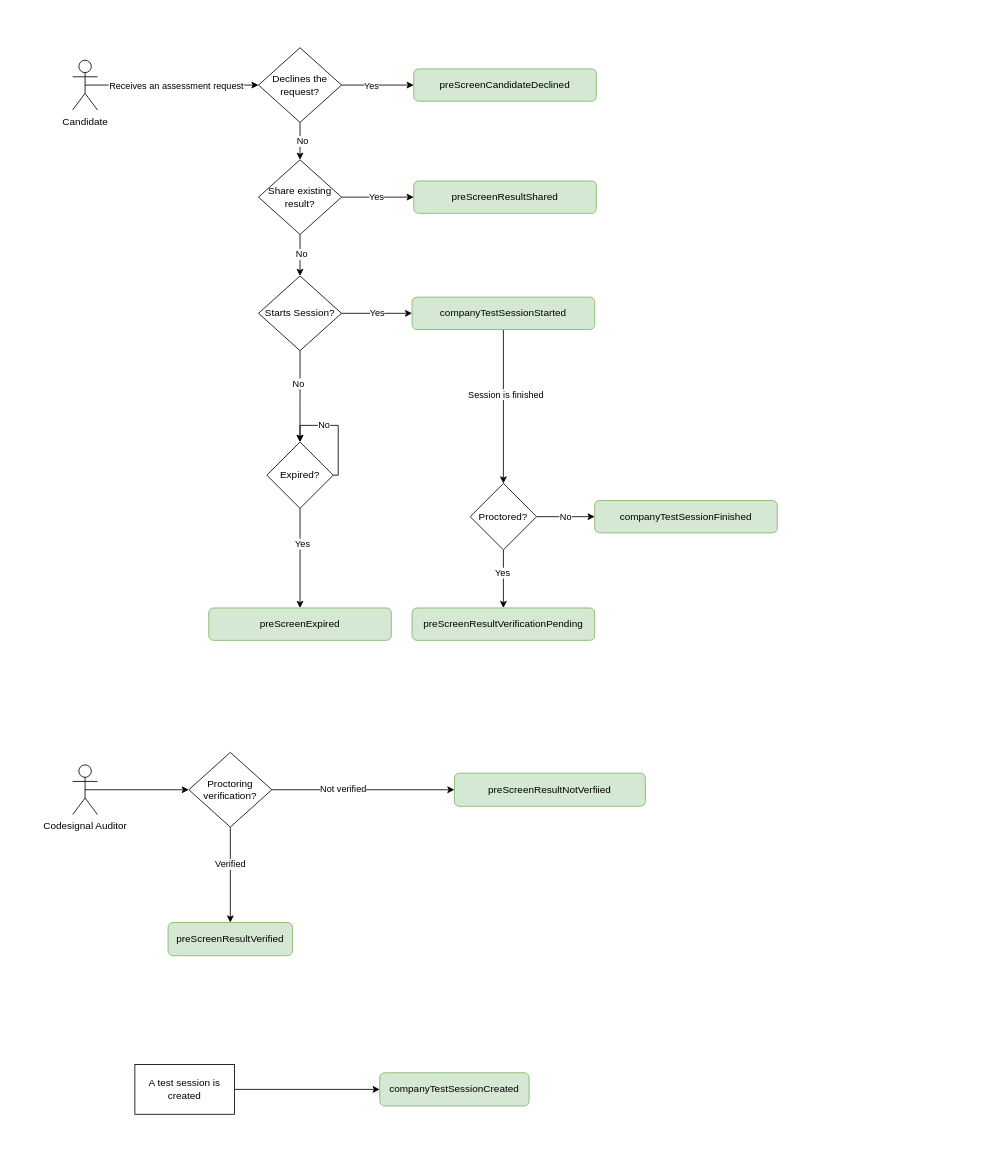
CodeSignal/developer-docs keeps this draw.io diagram as docs/diagrams/webhooks-flow.drawio. Above is the earlier version. Source tidied: cells renumbered, new cells numbered last; positions are measured from the earlier drawing's top-left corner, leaving out a move shared by most shapes. Both pictures are drawn from the tidied source at 83%, with x=0, y=0 at pixel (72, 47).
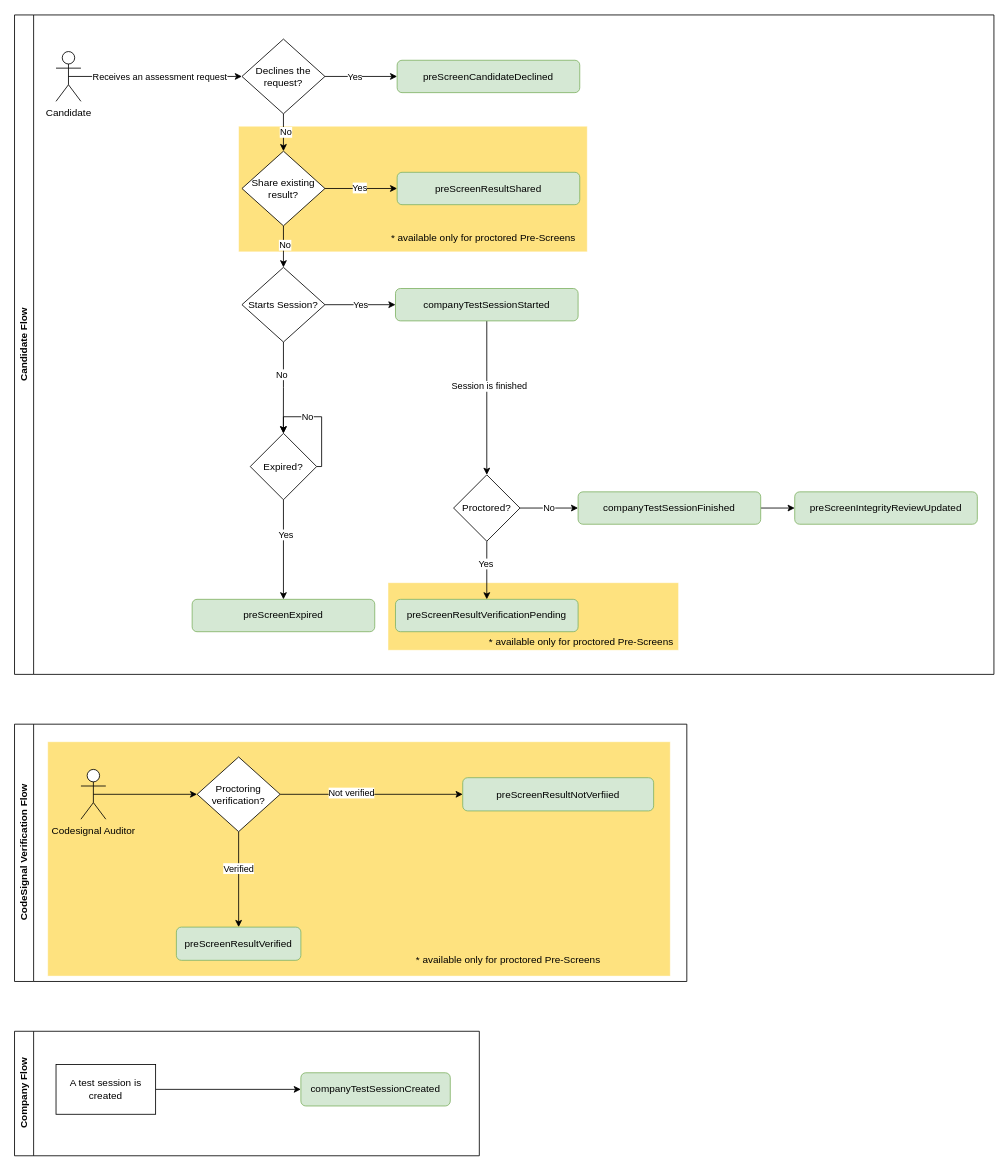
After the change.

Change to the diagram source:
```diff
@@
+    <mxCell id="47" value="CodeSignal Verification Flow" style="swimlane;horizontal=0;whiteSpace=wrap;html=1;" parent="1" vertex="1">
+      <mxGeometry x="-70" y="815" width="810" height="310" as="geometry" />
+    </mxCell>
+    <mxCell id="48" style="rounded=0;whiteSpace=wrap;html=1;fillColor=#fec600ff;strokeColor=#FFFFFF;opacity=50;" parent="47" vertex="1">
+      <mxGeometry x="40" y="21.2" width="750" height="282.3" as="geometry" />
+    </mxCell>
+    <mxCell id="25" style="edgeStyle=orthogonalEdgeStyle;rounded=0;jettySize=auto;html=1;exitX=0.5;exitY=0.5;exitDx=0;exitDy=0;exitPerimeter=0;" parent="47" edge="1" source="26" target="31">
+      <mxGeometry relative="1" as="geometry" />
+    </mxCell>
+    <mxCell id="26" value="Codesignal Auditor" style="shape=umlActor;verticalLabelPosition=bottom;verticalAlign=top;html=1;outlineConnect=0;" parent="47" vertex="1">
+      <mxGeometry x="80" y="54.5" width="30" height="60" as="geometry" />
+    </mxCell>
+    <mxCell id="27" style="edgeStyle=orthogonalEdgeStyle;rounded=0;jettySize=auto;html=1;exitX=0.5;exitY=1;exitDx=0;exitDy=0;entryX=0.5;entryY=0;entryDx=0;entryDy=0;" parent="47" edge="1" source="31" target="32">
+      <mxGeometry relative="1" as="geometry" />
+    </mxCell>
+    <mxCell id="28" value="Verified" style="edgeLabel;html=1;align=center;verticalAlign=middle;" parent="27" vertex="1">
+      <mxGeometry x="-0.23" y="-1" relative="1" as="geometry" />
+    </mxCell>
+    <mxCell id="29" style="edgeStyle=orthogonalEdgeStyle;rounded=0;jettySize=auto;html=1;exitX=1;exitY=0.5;exitDx=0;exitDy=0;entryX=0;entryY=0.5;entryDx=0;entryDy=0;" parent="47" edge="1" source="31" target="33">
+      <mxGeometry relative="1" as="geometry" />
+    </mxCell>
+    <mxCell id="30" value="Not verified" style="edgeLabel;html=1;align=center;verticalAlign=middle;" parent="29" vertex="1">
+      <mxGeometry x="-0.23" y="-1" relative="1" as="geometry">
+        <mxPoint y="-3" as="offset" />
+      </mxGeometry>
+    </mxCell>
+    <mxCell id="31" value="Proctoring verification?" style="rhombus;whiteSpace=wrap;html=1;" parent="47" vertex="1">
+      <mxGeometry x="220" y="39.5" width="100" height="90" as="geometry" />
+    </mxCell>
+    <mxCell id="32" value="preScreenResultVerified" style="rounded=1;whiteSpace=wrap;html=1;fillColor=#d5e8d4;strokeColor=#82b366;" parent="47" vertex="1">
+      <mxGeometry x="195" y="244.5" width="150" height="40" as="geometry" />
+    </mxCell>
+    <mxCell id="33" value="preScreenResultNotVerfiied" style="rounded=1;whiteSpace=wrap;html=1;fillColor=#d5e8d4;strokeColor=#82b366;" parent="47" vertex="1">
+      <mxGeometry x="540" y="64.5" width="230" height="40" as="geometry" />
+    </mxCell>
+    <mxCell id="49" value="&lt;span style=&quot;color: rgb(0, 0, 0); font-family: Helvetica; font-size: 12px; font-style: normal; font-variant-ligatures: normal; font-variant-caps: normal; font-weight: 400; letter-spacing: normal; orphans: 2; text-indent: 0px; text-transform: none; widows: 2; word-spacing: 0px; -webkit-text-stroke-width: 0px; white-space: nowrap; text-decoration-thickness: initial; text-decoration-style: initial; text-decoration-color: initial; float: none; display: inline !important;&quot;&gt;* available only for proctored Pre-Screens&lt;/span&gt;" style="text;whiteSpace=wrap;html=1;fillColor=none;align=center;labelBackgroundColor=none;" parent="47" vertex="1">
+      <mxGeometry x="465" y="270" width="260" height="40" as="geometry" />
+    </mxCell>
+    <mxCell id="50" value="Company Flow" style="swimlane;horizontal=0;whiteSpace=wrap;html=1;" parent="1" vertex="1">
+      <mxGeometry x="-70" y="1185" width="560" height="150" as="geometry" />
+    </mxCell>
+    <mxCell id="34" style="edgeStyle=orthogonalEdgeStyle;rounded=0;jettySize=auto;html=1;exitX=1;exitY=0.5;exitDx=0;exitDy=0;entryX=0;entryY=0.5;entryDx=0;entryDy=0;" parent="50" edge="1" source="36" target="35">
+      <mxGeometry relative="1" as="geometry" />
+    </mxCell>
+    <mxCell id="35" value="companyTestSessionCreated" style="rounded=1;whiteSpace=wrap;html=1;fillColor=#d5e8d4;strokeColor=#82b366;" parent="50" vertex="1">
+      <mxGeometry x="345" y="50" width="180" height="40" as="geometry" />
+    </mxCell>
+    <mxCell id="36" value="A test session is created" style="rounded=0;whiteSpace=wrap;html=1;" parent="50" vertex="1">
+      <mxGeometry x="50" y="40" width="120" height="60" as="geometry" />
+    </mxCell>
+    <mxCell id="51" value="Candidate Flow" style="swimlane;horizontal=0;whiteSpace=wrap;html=1;" parent="1" vertex="1">
+      <mxGeometry x="-70" y="-39.5" width="1180" height="794.5" as="geometry" />
+    </mxCell>
+    <mxCell id="4" value="Candidate" style="shape=umlActor;verticalLabelPosition=bottom;verticalAlign=top;html=1;outlineConnect=0;" parent="51" vertex="1">
+      <mxGeometry x="50" y="44.1" width="30" height="60" as="geometry" />
+    </mxCell>
-    <mxCell id="2" style="edgeStyle=orthogonalEdgeStyle;rounded=0;jettySize=auto;html=1;exitX=0.5;exitY=0.5;exitDx=0;exitDy=0;exitPerimeter=0;entryX=0;entryY=0.5;entryDx=0;entryDy=0;" parent="1" edge="1" source="4" target="9">
+    <mxCell id="2" style="edgeStyle=orthogonalEdgeStyle;rounded=0;jettySize=auto;html=1;exitX=0.5;exitY=0.5;exitDx=0;exitDy=0;exitPerimeter=0;entryX=0;entryY=0.5;entryDx=0;entryDy=0;" parent="51" edge="1" source="4" target="9">
       <mxGeometry relative="1" as="geometry" />
     </mxCell>
@@
-    <mxCell id="4" value="Candidate" style="shape=umlActor;verticalLabelPosition=bottom;verticalAlign=top;html=1;outlineConnect=0;" parent="1" vertex="1">
-      <mxGeometry y="15" width="30" height="60" as="geometry" />
-    </mxCell>
+    <mxCell id="52" style="rounded=0;whiteSpace=wrap;html=1;fillColor=#fec600ff;strokeColor=#FFFFFF;opacity=50;" parent="51" vertex="1">
+      <mxGeometry x="450" y="684.1" width="350" height="81.3" as="geometry" />
+    </mxCell>
+    <mxCell id="53" style="rounded=0;whiteSpace=wrap;html=1;fillColor=#fec600ff;strokeColor=#FFFFFF;opacity=50;" parent="51" vertex="1">
+      <mxGeometry x="270" y="134.1" width="420" height="151.3" as="geometry" />
+    </mxCell>
+    <mxCell id="54" value="&lt;span style=&quot;color: rgb(0, 0, 0); font-family: Helvetica; font-size: 12px; font-style: normal; font-variant-ligatures: normal; font-variant-caps: normal; font-weight: 400; letter-spacing: normal; orphans: 2; text-indent: 0px; text-transform: none; widows: 2; word-spacing: 0px; -webkit-text-stroke-width: 0px; white-space: nowrap; text-decoration-thickness: initial; text-decoration-style: initial; text-decoration-color: initial; float: none; display: inline !important;&quot;&gt;* available only for proctored Pre-Screens&lt;/span&gt;" style="text;whiteSpace=wrap;html=1;fillColor=none;align=center;labelBackgroundColor=none;" parent="51" vertex="1">
+      <mxGeometry x="435" y="254.1" width="260" height="40" as="geometry" />
+    </mxCell>
-    <mxCell id="5" style="edgeStyle=orthogonalEdgeStyle;rounded=0;jettySize=auto;html=1;exitX=1;exitY=0.5;exitDx=0;exitDy=0;entryX=0;entryY=0.5;entryDx=0;entryDy=0;" parent="1" edge="1" source="9" target="10">
+    <mxCell id="5" style="edgeStyle=orthogonalEdgeStyle;rounded=0;jettySize=auto;html=1;exitX=1;exitY=0.5;exitDx=0;exitDy=0;entryX=0;entryY=0.5;entryDx=0;entryDy=0;" parent="51" edge="1" source="9" target="10">
       <mxGeometry relative="1" as="geometry" />
     </mxCell>
@@
-    <mxCell id="7" style="edgeStyle=orthogonalEdgeStyle;rounded=0;jettySize=auto;html=1;" parent="1" edge="1" source="9" target="45">
-      <mxGeometry relative="1" as="geometry" />
-    </mxCell>
-    <mxCell id="8" value="No" style="edgeLabel;html=1;align=center;verticalAlign=middle;" parent="7" vertex="1">
-      <mxGeometry x="-0.04" y="2" relative="1" as="geometry" />
-    </mxCell>
-    <mxCell id="9" value="Declines the request?" style="rhombus;whiteSpace=wrap;html=1;" parent="1" vertex="1">
-      <mxGeometry x="224" width="100" height="90" as="geometry" />
+    <mxCell id="9" value="Declines the request?" style="rhombus;whiteSpace=wrap;html=1;" parent="51" vertex="1">
+      <mxGeometry x="274" y="29.1" width="100" height="90" as="geometry" />
     </mxCell>
-    <mxCell id="10" value="preScreenCandidateDeclined" style="rounded=1;whiteSpace=wrap;html=1;fillColor=#d5e8d4;strokeColor=#82b366;" parent="1" vertex="1">
-      <mxGeometry x="411" y="25.5" width="220" height="39" as="geometry" />
+    <mxCell id="10" value="preScreenCandidateDeclined" style="rounded=1;whiteSpace=wrap;html=1;fillColor=#d5e8d4;strokeColor=#82b366;" parent="51" vertex="1">
+      <mxGeometry x="461" y="54.6" width="220" height="39" as="geometry" />
     </mxCell>
-    <mxCell id="11" value="Yes" style="edgeStyle=orthogonalEdgeStyle;rounded=0;jettySize=auto;html=1;exitX=1;exitY=0.5;exitDx=0;exitDy=0;entryX=0;entryY=0.5;entryDx=0;entryDy=0;" parent="1" edge="1" source="14" target="17">
+    <mxCell id="11" value="Yes" style="edgeStyle=orthogonalEdgeStyle;rounded=0;jettySize=auto;html=1;exitX=1;exitY=0.5;exitDx=0;exitDy=0;entryX=0;entryY=0.5;entryDx=0;entryDy=0;" parent="51" edge="1" source="14" target="17">
       <mxGeometry relative="1" as="geometry" />
     </mxCell>
-    <mxCell id="12" style="edgeStyle=orthogonalEdgeStyle;rounded=0;jettySize=auto;html=1;exitX=0.5;exitY=1;exitDx=0;exitDy=0;" parent="1" edge="1" source="14">
+    <mxCell id="12" style="edgeStyle=orthogonalEdgeStyle;rounded=0;jettySize=auto;html=1;exitX=0.5;exitY=1;exitDx=0;exitDy=0;" parent="51" edge="1" source="14">
       <mxGeometry relative="1" as="geometry">
-        <mxPoint x="273.9" y="475" as="targetPoint" />
+        <mxPoint x="323.9" y="504.1" as="targetPoint" />
       </mxGeometry>
     </mxCell>
@@
-    <mxCell id="14" value="Starts Session?" style="rhombus;whiteSpace=wrap;html=1;" parent="1" vertex="1">
-      <mxGeometry x="224" y="275" width="100" height="90" as="geometry" />
+    <mxCell id="14" value="Starts Session?" style="rhombus;whiteSpace=wrap;html=1;" parent="51" vertex="1">
+      <mxGeometry x="274" y="304.1" width="100" height="90" as="geometry" />
     </mxCell>
-    <mxCell id="15" style="edgeStyle=orthogonalEdgeStyle;rounded=0;jettySize=auto;html=1;exitX=0.5;exitY=1;exitDx=0;exitDy=0;entryX=0.5;entryY=0;entryDx=0;entryDy=0;" parent="1" edge="1" source="17" target="21">
+    <mxCell id="15" style="edgeStyle=orthogonalEdgeStyle;rounded=0;jettySize=auto;html=1;exitX=0.5;exitY=1;exitDx=0;exitDy=0;entryX=0.5;entryY=0;entryDx=0;entryDy=0;" parent="51" edge="1" source="17" target="21">
       <mxGeometry relative="1" as="geometry" />
     </mxCell>
@@
-    <mxCell id="17" value="companyTestSessionStarted" style="rounded=1;whiteSpace=wrap;html=1;fillColor=#d5e8d4;strokeColor=#82b366;" parent="1" vertex="1">
-      <mxGeometry x="409" y="300.5" width="220" height="39" as="geometry" />
+    <mxCell id="17" value="companyTestSessionStarted" style="rounded=1;whiteSpace=wrap;html=1;fillColor=#d5e8d4;strokeColor=#82b366;" parent="51" vertex="1">
+      <mxGeometry x="459" y="329.6" width="220" height="39" as="geometry" />
     </mxCell>
-    <mxCell id="18" style="edgeStyle=orthogonalEdgeStyle;rounded=0;jettySize=auto;html=1;exitX=0.5;exitY=1;exitDx=0;exitDy=0;entryX=0.5;entryY=0;entryDx=0;entryDy=0;" parent="1" edge="1" source="21" target="23">
+    <mxCell id="18" style="edgeStyle=orthogonalEdgeStyle;rounded=0;jettySize=auto;html=1;exitX=0.5;exitY=1;exitDx=0;exitDy=0;entryX=0.5;entryY=0;entryDx=0;entryDy=0;" parent="51" edge="1" source="21" target="23">
       <mxGeometry relative="1" as="geometry" />
     </mxCell>
@@
-    <mxCell id="20" value="No" style="edgeStyle=orthogonalEdgeStyle;rounded=0;jettySize=auto;html=1;exitX=1;exitY=0.5;exitDx=0;exitDy=0;entryX=0;entryY=0.5;entryDx=0;entryDy=0;" parent="1" edge="1" source="21">
+    <mxCell id="20" value="No" style="edgeStyle=orthogonalEdgeStyle;rounded=0;jettySize=auto;html=1;exitX=1;exitY=0.5;exitDx=0;exitDy=0;entryX=0;entryY=0.5;entryDx=0;entryDy=0;" parent="51" edge="1" source="21">
       <mxGeometry relative="1" as="geometry">
-        <mxPoint x="629" y="565" as="targetPoint" />
+        <mxPoint x="679" y="594.1" as="targetPoint" />
       </mxGeometry>
     </mxCell>
-    <mxCell id="21" value="Proctored?" style="rhombus;whiteSpace=wrap;html=1;" parent="1" vertex="1">
-      <mxGeometry x="479" y="525" width="80" height="80" as="geometry" />
+    <mxCell id="21" value="Proctored?" style="rhombus;whiteSpace=wrap;html=1;" parent="51" vertex="1">
+      <mxGeometry x="529" y="554.1" width="80" height="80" as="geometry" />
     </mxCell>
+    <mxCell id="55" style="edgeStyle=orthogonalEdgeStyle;rounded=0;jettySize=auto;html=1;" parent="51" edge="1" source="22" target="56">
+      <mxGeometry relative="1" as="geometry" />
+    </mxCell>
-    <mxCell id="22" value="companyTestSessionFinished" style="rounded=1;whiteSpace=wrap;html=1;fillColor=#d5e8d4;strokeColor=#82b366;" parent="1" vertex="1">
-      <mxGeometry x="629" y="545.5" width="220" height="39" as="geometry" />
+    <mxCell id="22" value="companyTestSessionFinished" style="rounded=1;whiteSpace=wrap;html=1;fillColor=#d5e8d4;strokeColor=#82b366;" parent="51" vertex="1">
+      <mxGeometry x="679" y="574.6" width="220" height="39" as="geometry" />
     </mxCell>
-    <mxCell id="23" value="preScreenResultVerificationPending" style="rounded=1;whiteSpace=wrap;html=1;fillColor=#d5e8d4;strokeColor=#82b366;" parent="1" vertex="1">
-      <mxGeometry x="409" y="675" width="220" height="39" as="geometry" />
+    <mxCell id="23" value="preScreenResultVerificationPending" style="rounded=1;whiteSpace=wrap;html=1;fillColor=#d5e8d4;strokeColor=#82b366;" parent="51" vertex="1">
+      <mxGeometry x="459" y="704.1" width="220" height="39" as="geometry" />
     </mxCell>
-    <mxCell id="24" value="preScreenExpired" style="rounded=1;whiteSpace=wrap;html=1;fillColor=#d5e8d4;strokeColor=#82b366;" parent="1" vertex="1">
-      <mxGeometry x="164" y="675" width="220" height="39" as="geometry" />
+    <mxCell id="24" value="preScreenExpired" style="rounded=1;whiteSpace=wrap;html=1;fillColor=#d5e8d4;strokeColor=#82b366;" parent="51" vertex="1">
+      <mxGeometry x="214" y="704.1" width="220" height="39" as="geometry" />
     </mxCell>
-    <mxCell id="25" style="edgeStyle=orthogonalEdgeStyle;rounded=0;jettySize=auto;html=1;exitX=0.5;exitY=0.5;exitDx=0;exitDy=0;exitPerimeter=0;" parent="1" edge="1" source="26" target="31">
-      <mxGeometry relative="1" as="geometry" />
-    </mxCell>
-    <mxCell id="26" value="Codesignal Auditor" style="shape=umlActor;verticalLabelPosition=bottom;verticalAlign=top;html=1;outlineConnect=0;" parent="1" vertex="1">
-      <mxGeometry y="864" width="30" height="60" as="geometry" />
-    </mxCell>
-    <mxCell id="27" style="edgeStyle=orthogonalEdgeStyle;rounded=0;jettySize=auto;html=1;exitX=0.5;exitY=1;exitDx=0;exitDy=0;entryX=0.5;entryY=0;entryDx=0;entryDy=0;" parent="1" edge="1" source="31" target="32">
-      <mxGeometry relative="1" as="geometry" />
-    </mxCell>
-    <mxCell id="28" value="Verified" style="edgeLabel;html=1;align=center;verticalAlign=middle;" parent="27" vertex="1">
-      <mxGeometry x="-0.23" y="-1" relative="1" as="geometry" />
-    </mxCell>
-    <mxCell id="29" style="edgeStyle=orthogonalEdgeStyle;rounded=0;jettySize=auto;html=1;exitX=1;exitY=0.5;exitDx=0;exitDy=0;entryX=0;entryY=0.5;entryDx=0;entryDy=0;" parent="1" edge="1" source="31" target="33">
-      <mxGeometry relative="1" as="geometry" />
-    </mxCell>
-    <mxCell id="30" value="Not verified" style="edgeLabel;html=1;align=center;verticalAlign=middle;" parent="29" vertex="1">
-      <mxGeometry x="-0.23" y="-1" relative="1" as="geometry">
-        <mxPoint y="-3" as="offset" />
-      </mxGeometry>
-    </mxCell>
-    <mxCell id="31" value="Proctoring verification?" style="rhombus;whiteSpace=wrap;html=1;" parent="1" vertex="1">
-      <mxGeometry x="140" y="849" width="100" height="90" as="geometry" />
-    </mxCell>
-    <mxCell id="32" value="preScreenResultVerified" style="rounded=1;whiteSpace=wrap;html=1;fillColor=#d5e8d4;strokeColor=#82b366;" parent="1" vertex="1">
-      <mxGeometry x="115" y="1054" width="150" height="40" as="geometry" />
-    </mxCell>
-    <mxCell id="33" value="preScreenResultNotVerfiied" style="rounded=1;whiteSpace=wrap;html=1;fillColor=#d5e8d4;strokeColor=#82b366;" parent="1" vertex="1">
-      <mxGeometry x="460" y="874" width="230" height="40" as="geometry" />
-    </mxCell>
-    <mxCell id="34" style="edgeStyle=orthogonalEdgeStyle;rounded=0;jettySize=auto;html=1;exitX=1;exitY=0.5;exitDx=0;exitDy=0;entryX=0;entryY=0.5;entryDx=0;entryDy=0;" parent="1" edge="1" source="36" target="35">
-      <mxGeometry relative="1" as="geometry" />
-    </mxCell>
-    <mxCell id="35" value="companyTestSessionCreated" style="rounded=1;whiteSpace=wrap;html=1;fillColor=#d5e8d4;strokeColor=#82b366;" parent="1" vertex="1">
-      <mxGeometry x="370" y="1235" width="180" height="40" as="geometry" />
-    </mxCell>
-    <mxCell id="36" value="A test session is created" style="rounded=0;whiteSpace=wrap;html=1;" parent="1" vertex="1">
-      <mxGeometry x="75" y="1225" width="120" height="60" as="geometry" />
-    </mxCell>
-    <mxCell id="37" style="edgeStyle=orthogonalEdgeStyle;rounded=0;jettySize=auto;html=1;exitX=0.5;exitY=1;exitDx=0;exitDy=0;entryX=0.5;entryY=0;entryDx=0;entryDy=0;" parent="1" edge="1" source="39" target="24">
+    <mxCell id="37" style="edgeStyle=orthogonalEdgeStyle;rounded=0;jettySize=auto;html=1;exitX=0.5;exitY=1;exitDx=0;exitDy=0;entryX=0.5;entryY=0;entryDx=0;entryDy=0;" parent="51" edge="1" source="39" target="24">
       <mxGeometry relative="1" as="geometry" />
     </mxCell>
@@
-    <mxCell id="39" value="Expired?" style="rhombus;whiteSpace=wrap;html=1;" parent="1" vertex="1">
-      <mxGeometry x="234" y="475" width="80" height="80" as="geometry" />
+    <mxCell id="39" value="Expired?" style="rhombus;whiteSpace=wrap;html=1;" parent="51" vertex="1">
+      <mxGeometry x="284" y="504.1" width="80" height="80" as="geometry" />
     </mxCell>
-    <mxCell id="40" value="No" style="edgeStyle=orthogonalEdgeStyle;rounded=0;orthogonalLoop=1;jettySize=auto;html=1;exitX=1;exitY=0.5;exitDx=0;exitDy=0;entryX=0.5;entryY=0;entryDx=0;entryDy=0;" parent="1" edge="1" source="39" target="39">
+    <mxCell id="40" value="No" style="edgeStyle=orthogonalEdgeStyle;rounded=0;orthogonalLoop=1;jettySize=auto;html=1;exitX=1;exitY=0.5;exitDx=0;exitDy=0;entryX=0.5;entryY=0;entryDx=0;entryDy=0;" parent="51" edge="1" source="39" target="39">
       <mxGeometry x="0.25" relative="1" as="geometry">
         <Array as="points">
-          <mxPoint x="320" y="515" />
-          <mxPoint x="320" y="455" />
-          <mxPoint x="274" y="455" />
+          <mxPoint x="370" y="544.1" />
+          <mxPoint x="370" y="484.1" />
+          <mxPoint x="324" y="484.1" />
         </Array>
       </mxGeometry>
     </mxCell>
-    <mxCell id="41" style="edgeStyle=orthogonalEdgeStyle;rounded=0;jettySize=auto;html=1;" parent="1" edge="1" source="45" target="14">
+    <mxCell id="41" style="edgeStyle=orthogonalEdgeStyle;rounded=0;jettySize=auto;html=1;" parent="51" edge="1" source="45" target="14">
       <mxGeometry relative="1" as="geometry" />
     </mxCell>
@@
-    <mxCell id="43" style="edgeStyle=orthogonalEdgeStyle;rounded=0;jettySize=auto;html=1;" parent="1" edge="1" source="45" target="46">
+    <mxCell id="43" style="edgeStyle=orthogonalEdgeStyle;rounded=0;jettySize=auto;html=1;" parent="51" edge="1" source="45" target="46">
       <mxGeometry relative="1" as="geometry" />
     </mxCell>
@@
-    <mxCell id="45" value="Share existing result?" style="rhombus;whiteSpace=wrap;html=1;" parent="1" vertex="1">
-      <mxGeometry x="224" y="135" width="100" height="90" as="geometry" />
+    <mxCell id="45" value="Share existing result?" style="rhombus;whiteSpace=wrap;html=1;" parent="51" vertex="1">
+      <mxGeometry x="274" y="164.1" width="100" height="90" as="geometry" />
     </mxCell>
+    <mxCell id="7" style="edgeStyle=orthogonalEdgeStyle;rounded=0;jettySize=auto;html=1;" parent="51" edge="1" source="9" target="45">
+      <mxGeometry relative="1" as="geometry" />
+    </mxCell>
+    <mxCell id="8" value="No" style="edgeLabel;html=1;align=center;verticalAlign=middle;" parent="7" vertex="1">
+      <mxGeometry x="-0.04" y="2" relative="1" as="geometry" />
+    </mxCell>
-    <mxCell id="46" value="preScreenResultShared" style="rounded=1;whiteSpace=wrap;html=1;fillColor=#d5e8d4;strokeColor=#82b366;" parent="1" vertex="1">
-      <mxGeometry x="411" y="160.5" width="220" height="39" as="geometry" />
+    <mxCell id="46" value="preScreenResultShared" style="rounded=1;whiteSpace=wrap;html=1;fillColor=#d5e8d4;strokeColor=#82b366;" parent="51" vertex="1">
+      <mxGeometry x="461" y="189.6" width="220" height="39" as="geometry" />
     </mxCell>
+    <mxCell id="56" value="preScreenIntegrityReviewUpdated" style="rounded=1;whiteSpace=wrap;html=1;fillColor=#d5e8d4;strokeColor=#82b366;" parent="51" vertex="1">
+      <mxGeometry x="940" y="574.6" width="220" height="39" as="geometry" />
+    </mxCell>
+    <mxCell id="57" value="&lt;span style=&quot;color: rgb(0, 0, 0); font-family: Helvetica; font-size: 12px; font-style: normal; font-variant-ligatures: normal; font-variant-caps: normal; font-weight: 400; letter-spacing: normal; orphans: 2; text-indent: 0px; text-transform: none; widows: 2; word-spacing: 0px; -webkit-text-stroke-width: 0px; white-space: nowrap; text-decoration-thickness: initial; text-decoration-style: initial; text-decoration-color: initial; float: none; display: inline !important;&quot;&gt;* available only for proctored Pre-Screens&lt;/span&gt;" style="text;whiteSpace=wrap;html=1;fillColor=none;align=center;labelBackgroundColor=none;" parent="51" vertex="1">
+      <mxGeometry x="553" y="741.1" width="260" height="30" as="geometry" />
+    </mxCell>
```
